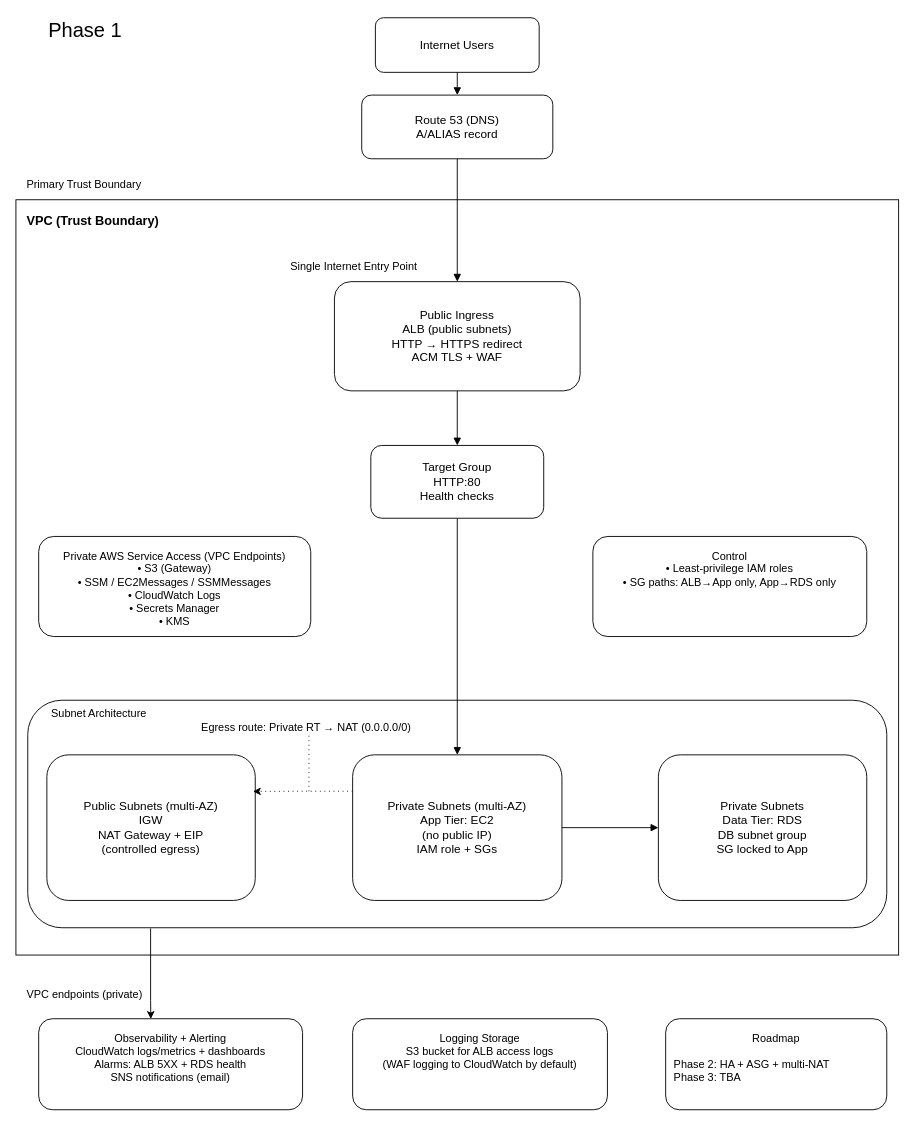
Before: lab-1/lab1-senior-architect-white-board.drawio in DennistonShaw/BOS-ARMAGEDDON-LABS-1-3, a draw.io diagram. Source tidied: cells renumbered, new cells numbered last; positions are measured from the earlier drawing's top-left corner, leaving out a move shared by most shapes. Both pictures are drawn from the tidied source at 91%, with x=0, y=0 at pixel (15, 17).
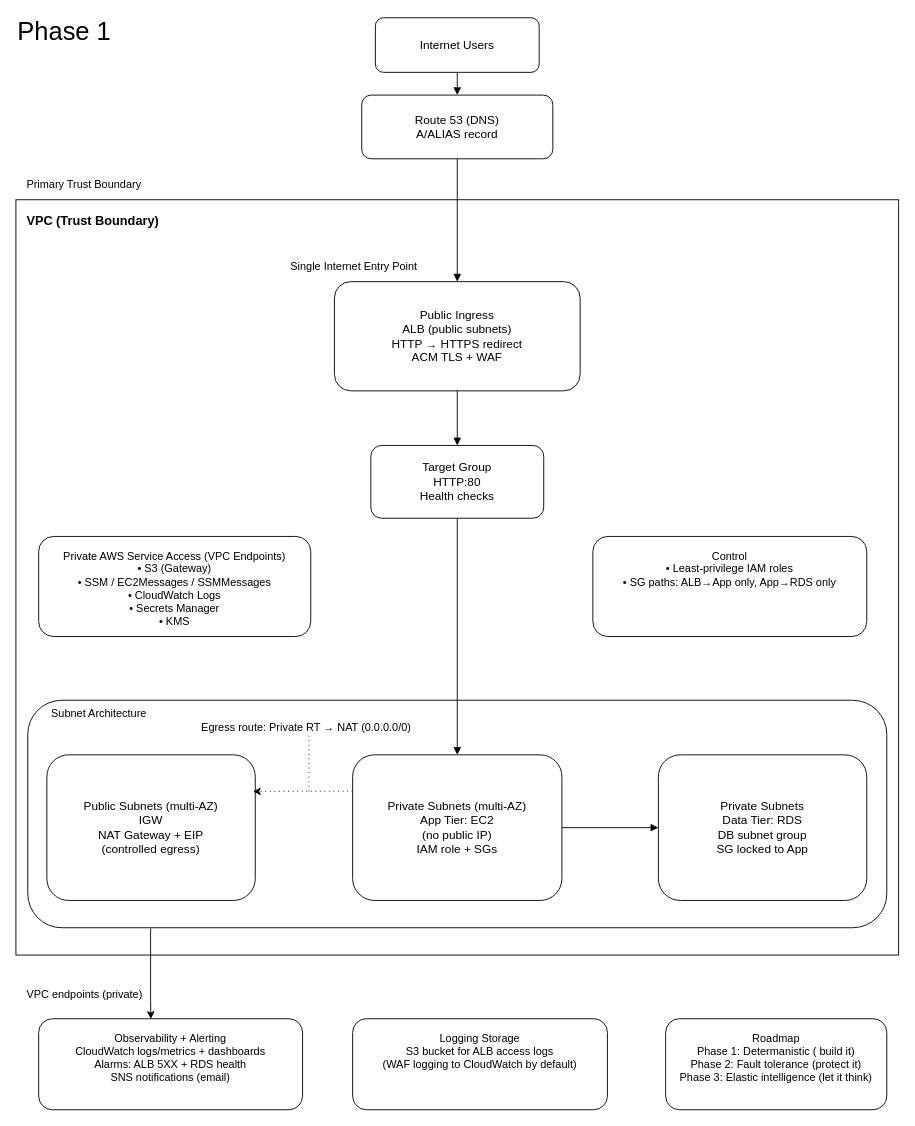
After the change.

Change to the diagram source:
```diff
@@
-    <mxCell id="8" value="Roadmap&lt;div&gt;&lt;br&gt;&lt;div style=&quot;text-align: left;&quot;&gt;&lt;span style=&quot;background-color: transparent; color: light-dark(rgb(0, 0, 0), rgb(255, 255, 255));&quot;&gt;Phase 2:&amp;nbsp;&lt;/span&gt;&lt;span style=&quot;background-color: transparent; color: light-dark(rgb(0, 0, 0), rgb(255, 255, 255)); text-align: center;&quot;&gt;HA + ASG + multi-NAT&lt;/span&gt;&lt;span style=&quot;background-color: transparent; color: light-dark(rgb(0, 0, 0), rgb(255, 255, 255));&quot;&gt;&amp;nbsp; &amp;nbsp; &amp;nbsp; &amp;nbsp; &amp;nbsp; &amp;nbsp; &amp;nbsp; &amp;nbsp;&amp;nbsp;&lt;/span&gt;&lt;/div&gt;&lt;div style=&quot;text-align: left;&quot;&gt;&lt;span style=&quot;background-color: transparent; color: light-dark(rgb(0, 0, 0), rgb(255, 255, 255));&quot;&gt;Phase 3: TBA&lt;/span&gt;&lt;/div&gt;&lt;/div&gt;" style="rounded=1;whiteSpace=wrap;html=1;align=center;verticalAlign=top;spacing=10;fontSize=12;" parent="1" vertex="1">
+    <mxCell id="8" value="Roadmap&lt;div&gt;Phase 1: Determanistic ( build it)&lt;/div&gt;&lt;div&gt;Phase 2: Fault tolerance (protect it)&lt;/div&gt;&lt;div&gt;Phase 3: Elastic intelligence (let it think)&lt;/div&gt;" style="rounded=1;whiteSpace=wrap;html=1;align=center;verticalAlign=top;spacing=10;fontSize=12;" parent="1" vertex="1">
       <mxGeometry x="714" y="1100" width="243" height="100" as="geometry" />
     </mxCell>
@@
-    <mxCell id="25" value="&lt;font style=&quot;font-size: 22px;&quot;&gt;Phase 1&lt;/font&gt;" style="text;html=1;whiteSpace=wrap;strokeColor=none;fillColor=none;align=left;verticalAlign=middle;rounded=0;" parent="1" vertex="1">
-      <mxGeometry x="34" width="190" height="30" as="geometry" />
+    <mxCell id="25" value="&lt;font style=&quot;font-size: 28px;&quot;&gt;Phase 1&lt;/font&gt;" style="text;html=1;whiteSpace=wrap;strokeColor=none;fillColor=none;align=left;verticalAlign=middle;rounded=0;" parent="1" vertex="1">
+      <mxGeometry width="110" height="30" as="geometry" />
     </mxCell>
```
